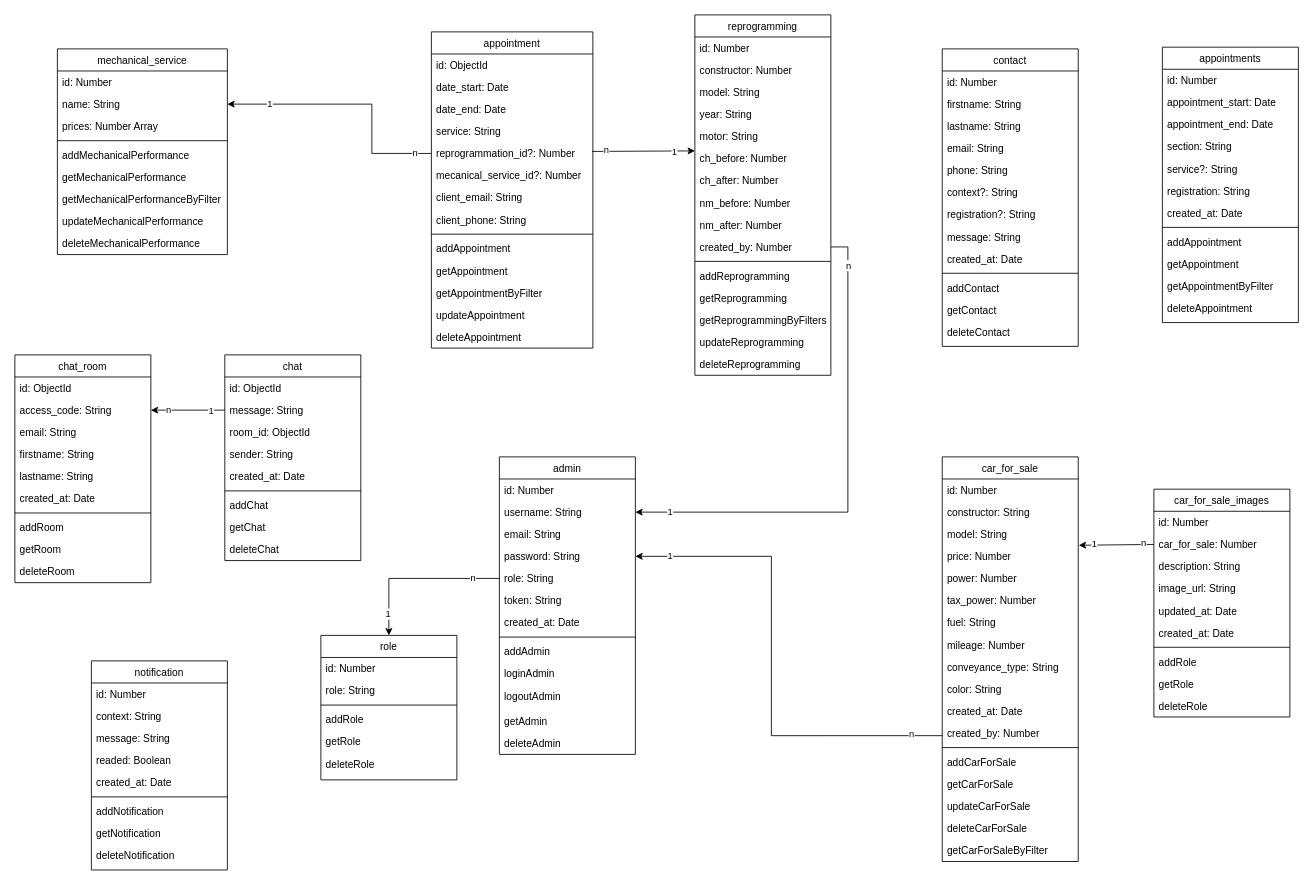
nsevendev/hephaistos keeps this draw.io diagram as documentation/hephaistos-MCD.drawio. Above is the earlier version. Source tidied: cells renumbered, new cells numbered last; positions are measured from the earlier drawing's top-left corner, leaving out a move shared by most shapes. Both pictures are drawn from the tidied source at 85%, with x=0, y=0 at pixel (14, 14).
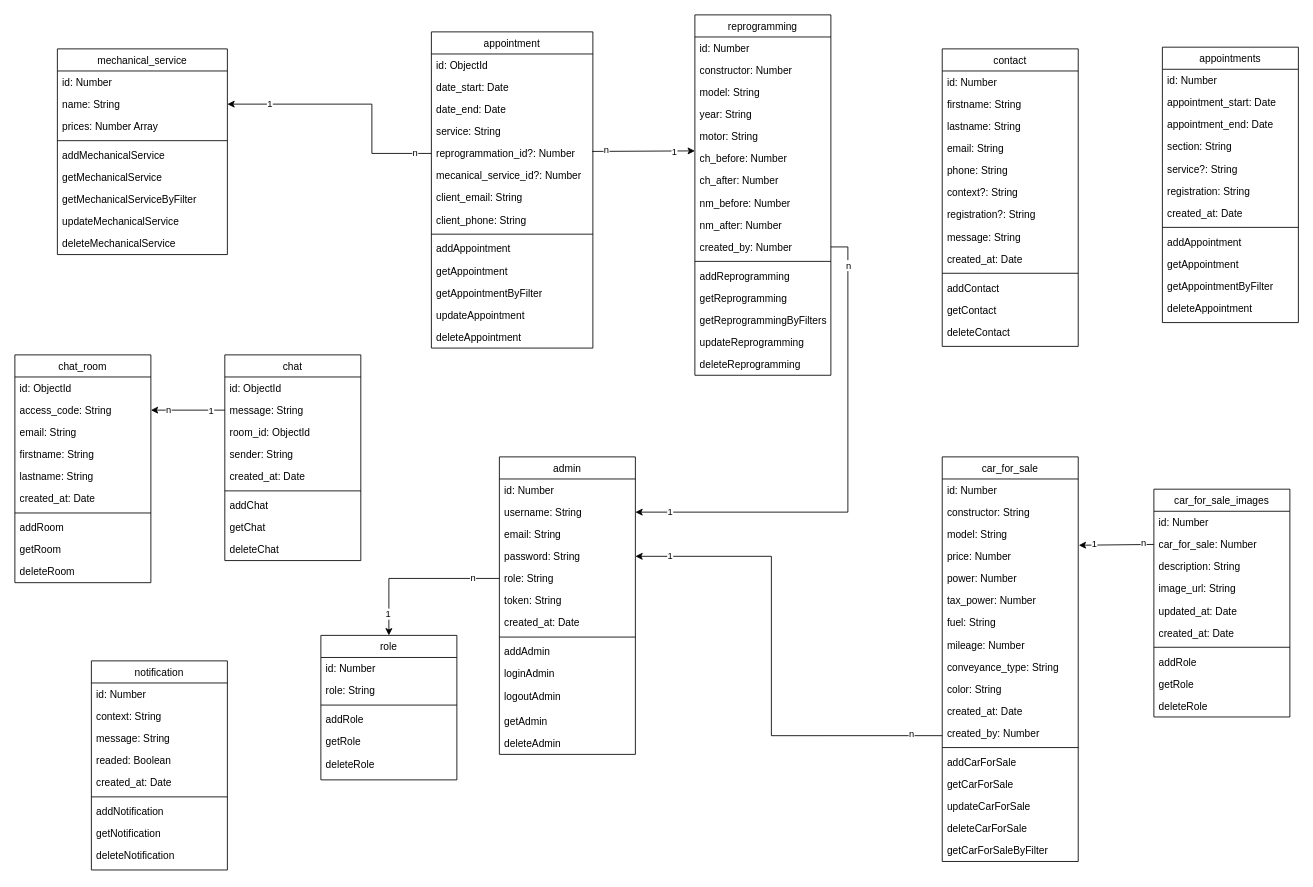
The same page after the edit.

Commit message:
modification schema mechanical_service

Unchanged cells that the change refers to:
```xml
<mxCell id="2" value="mechanical_service" style="swimlane;fontStyle=0;align=center;verticalAlign=top;horizontal=1;startSize=26;rounded=0;shadow=0;strokeWidth=1;" parent="1" vertex="1">
  <mxGeometry x="50" y="40" width="200" height="242" as="geometry" />
</mxCell>
```

Change to the diagram source:
```diff
@@
-    <mxCell id="7" value="addMechanicalPerformance" style="text;align=left;verticalAlign=top;spacingLeft=4;spacingRight=4;overflow=hidden;" parent="2" vertex="1">
+    <mxCell id="7" value="addMechanicalService" style="text;align=left;verticalAlign=top;spacingLeft=4;spacingRight=4;overflow=hidden;" parent="2" vertex="1">
       <mxGeometry y="112" width="200" height="26" as="geometry" />
     </mxCell>
-    <mxCell id="8" value="getMechanicalPerformance" style="text;align=left;verticalAlign=top;spacingLeft=4;spacingRight=4;overflow=hidden;" parent="2" vertex="1">
+    <mxCell id="8" value="getMechanicalService" style="text;align=left;verticalAlign=top;spacingLeft=4;spacingRight=4;overflow=hidden;" parent="2" vertex="1">
       <mxGeometry y="138" width="200" height="26" as="geometry" />
     </mxCell>
-    <mxCell id="9" value="getMechanicalPerformanceByFilter" style="text;align=left;verticalAlign=top;spacingLeft=4;spacingRight=4;overflow=hidden;" parent="2" vertex="1">
+    <mxCell id="9" value="getMechanicalServiceByFilter" style="text;align=left;verticalAlign=top;spacingLeft=4;spacingRight=4;overflow=hidden;" parent="2" vertex="1">
       <mxGeometry y="164" width="200" height="26" as="geometry" />
     </mxCell>
-    <mxCell id="10" value="updateMechanicalPerformance" style="text;align=left;verticalAlign=top;spacingLeft=4;spacingRight=4;overflow=hidden;" parent="2" vertex="1">
+    <mxCell id="10" value="updateMechanicalService" style="text;align=left;verticalAlign=top;spacingLeft=4;spacingRight=4;overflow=hidden;" parent="2" vertex="1">
       <mxGeometry y="190" width="200" height="26" as="geometry" />
     </mxCell>
-    <mxCell id="11" value="deleteMechanicalPerformance" style="text;align=left;verticalAlign=top;spacingLeft=4;spacingRight=4;overflow=hidden;" parent="2" vertex="1">
+    <mxCell id="11" value="deleteMechanicalService" style="text;align=left;verticalAlign=top;spacingLeft=4;spacingRight=4;overflow=hidden;" parent="2" vertex="1">
       <mxGeometry y="216" width="200" height="26" as="geometry" />
     </mxCell>
```
